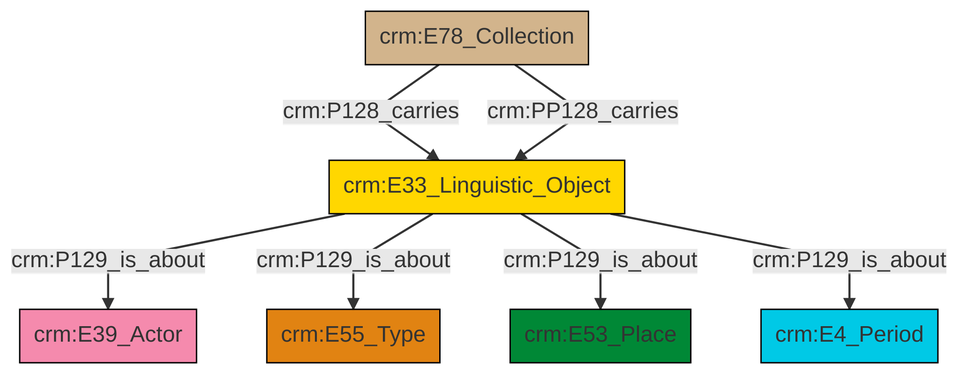
swiss-art-research-net/docs.swissartresearch keeps this Mermaid diagram as et/archivalCSV/ttl/mmd/png/archival_aboutness.png. Above is the earlier version. Its source is kept beside it as et/archivalCSV/ttl/mmd/archival_aboutness.ttl.mmd.
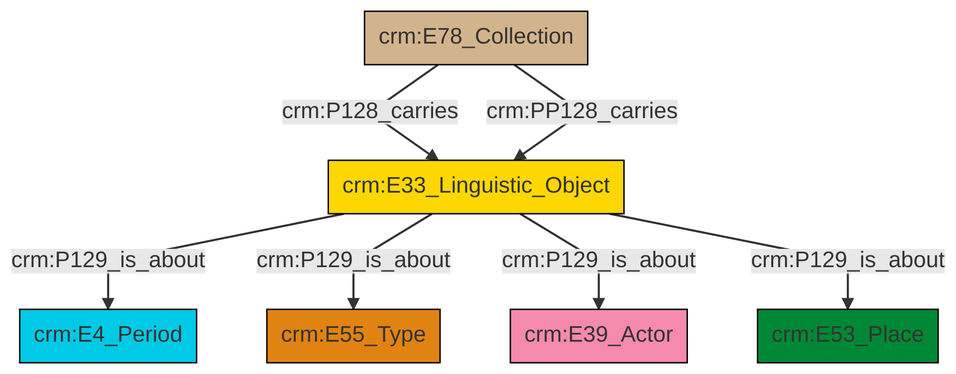
After the change.

Diff of the diagram source:
```diff
@@ -13,9 +13,9 @@
 classDef PC_Classes fill:#4ce600, stroke:#000000;
 classDef Multi fill:#cccccc,stroke:#000000;
 
-0["crm:E33_Linguistic_Object"]:::Conceptual_Object -->|crm:P129_is_about| 1["crm:E39_Actor"]:::Actor
 2["crm:E78_Collection"]:::Physical_Thing -->|crm:P128_carries| 0["crm:E33_Linguistic_Object"]:::Conceptual_Object
+0["crm:E33_Linguistic_Object"]:::Conceptual_Object -->|crm:P129_is_about| 5["crm:E4_Period"]:::Temporal_Entity
+0["crm:E33_Linguistic_Object"]:::Conceptual_Object -->|crm:P129_is_about| 6["crm:E55_Type"]:::Type
 2["crm:E78_Collection"]:::Physical_Thing -->|crm:PP128_carries| 0["crm:E33_Linguistic_Object"]:::Conceptual_Object
-0["crm:E33_Linguistic_Object"]:::Conceptual_Object -->|crm:P129_is_about| 4["crm:E55_Type"]:::Type
+0["crm:E33_Linguistic_Object"]:::Conceptual_Object -->|crm:P129_is_about| 3["crm:E39_Actor"]:::Actor
 0["crm:E33_Linguistic_Object"]:::Conceptual_Object -->|crm:P129_is_about| 7["crm:E53_Place"]:::Place
-0["crm:E33_Linguistic_Object"]:::Conceptual_Object -->|crm:P129_is_about| 10["crm:E4_Period"]:::Temporal_Entity
```
